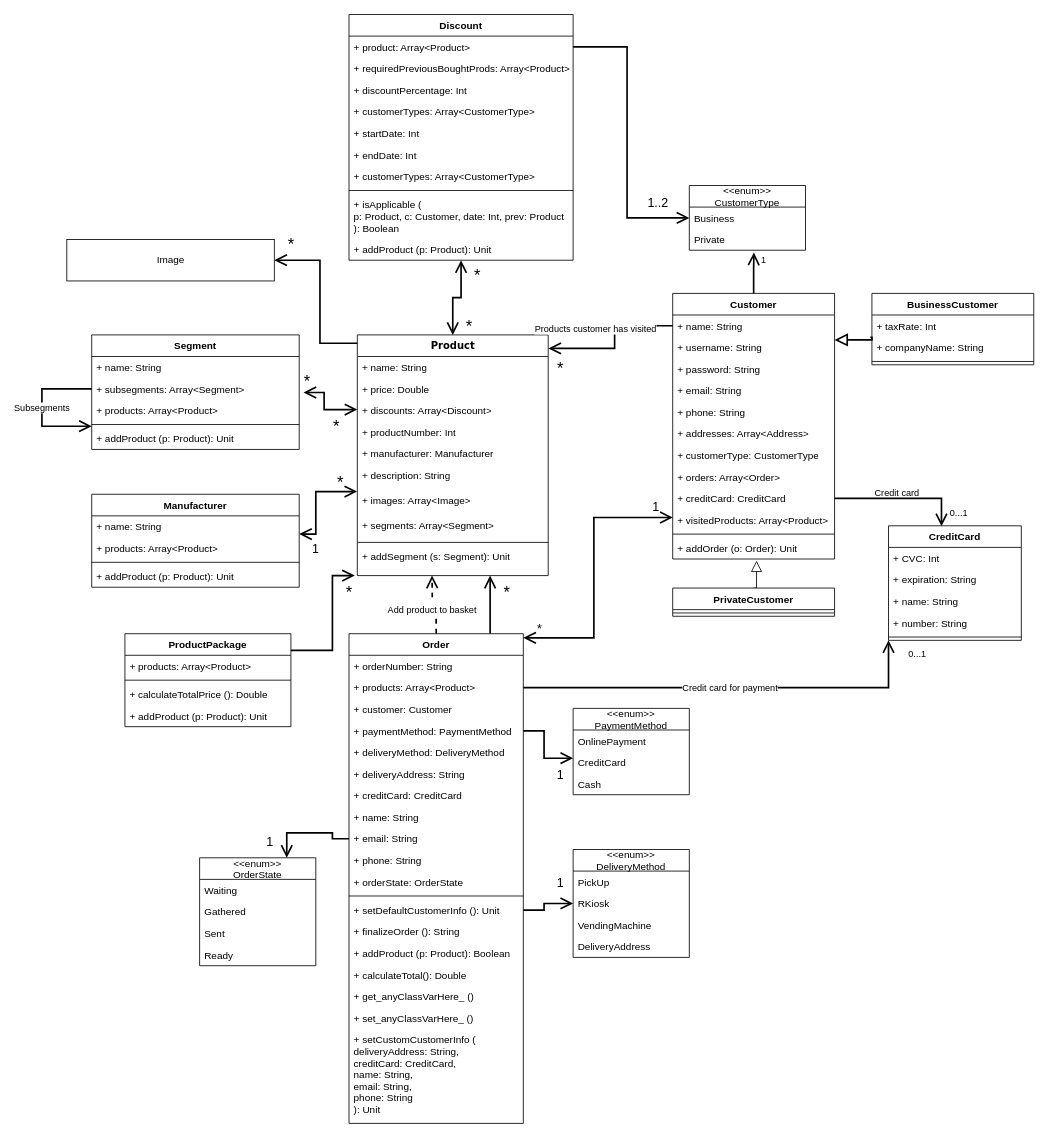
Earlier version of the draw.io diagram UMLFinal.drawio (olliglorioso/datasets). Source tidied: cells renumbered, new cells numbered last; positions are measured from the earlier drawing's top-left corner, leaving out a move shared by most shapes. Both pictures are drawn from the tidied source at 83%, with x=0, y=0 at pixel (42, 14).
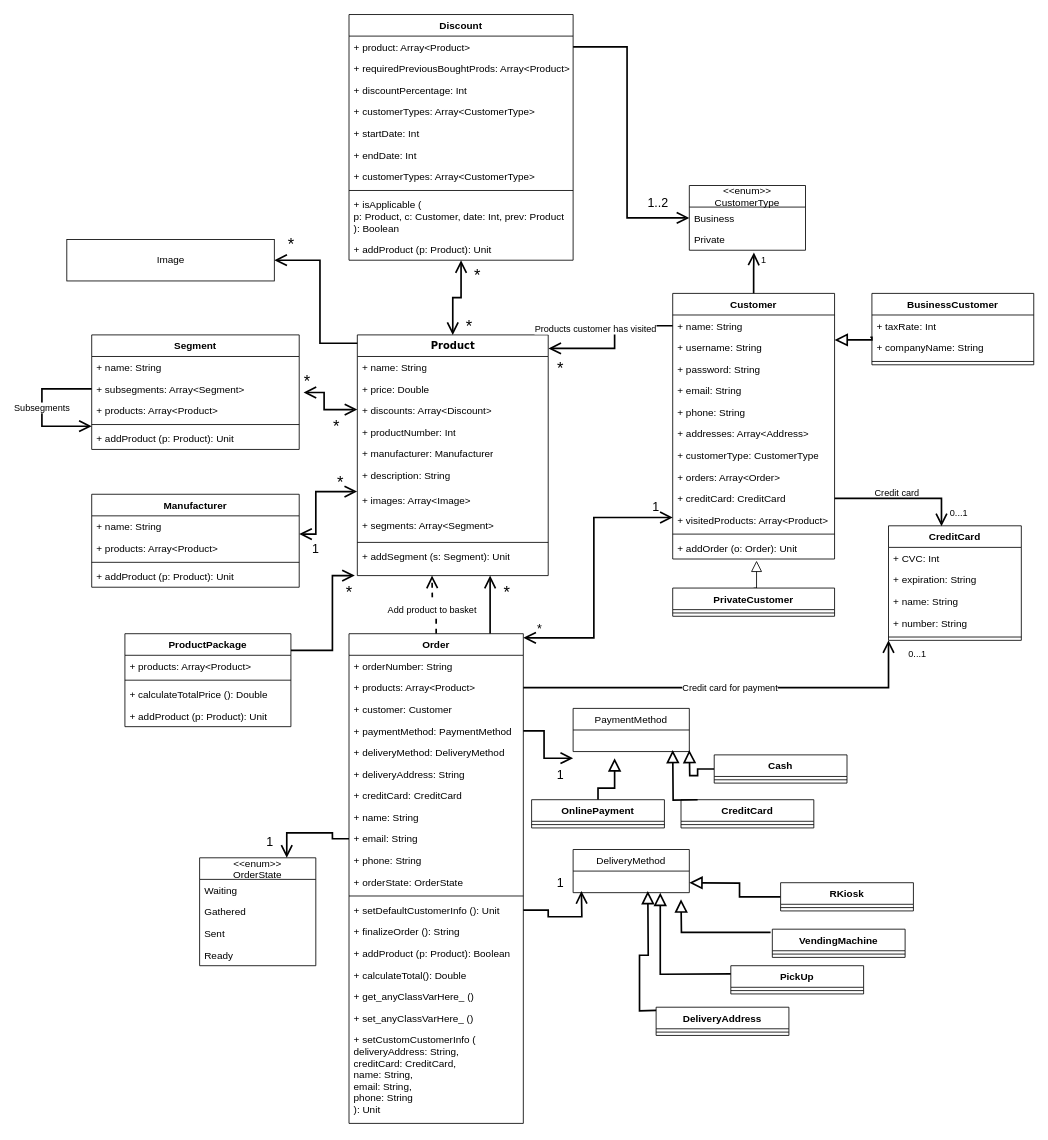
Above is the later version.

The change refers to these unchanged cells:
```xml
<mxCell id="29" value="+ setDefaultCustomerInfo (): Unit" style="text;strokeColor=none;fillColor=none;align=left;verticalAlign=top;spacingLeft=4;spacingRight=4;overflow=hidden;points=[[0,0.5],[1,0.5]];portConstraint=eastwest;" parent="16" vertex="1">
  <mxGeometry y="320" width="210" height="26" as="geometry" />
</mxCell>
```

Change to the diagram source:
```diff
@@
-    <mxCell id="94" value="&lt;&lt;enum&gt;&gt;&#10;PaymentMethod" style="swimlane;fontStyle=0;horizontal=1;startSize=26;fillColor=none;" parent="1" vertex="1">
-      <mxGeometry x="640" y="836" width="140" height="104" as="geometry" />
+    <mxCell id="94" value="PaymentMethod" style="swimlane;fontStyle=0;horizontal=1;startSize=26;fillColor=none;" parent="1" vertex="1">
+      <mxGeometry x="640" y="836" width="140" height="52" as="geometry" />
     </mxCell>
-    <mxCell id="95" value="OnlinePayment" style="text;strokeColor=none;fillColor=none;align=left;verticalAlign=top;spacingLeft=4;spacingRight=4;overflow=hidden;points=[[0,0.5],[1,0.5]];portConstraint=eastwest;" parent="94" vertex="1">
-      <mxGeometry y="26" width="140" height="26" as="geometry" />
-    </mxCell>
-    <mxCell id="96" value="CreditCard" style="text;strokeColor=none;fillColor=none;align=left;verticalAlign=top;spacingLeft=4;spacingRight=4;overflow=hidden;" parent="94" vertex="1">
-      <mxGeometry y="52" width="140" height="26" as="geometry" />
-    </mxCell>
-    <mxCell id="97" value="Cash" style="text;strokeColor=none;fillColor=none;align=left;verticalAlign=top;spacingLeft=4;spacingRight=4;overflow=hidden;points=[[0,0.5],[1,0.5]];portConstraint=eastwest;" parent="94" vertex="1">
-      <mxGeometry y="78" width="140" height="26" as="geometry" />
-    </mxCell>
@@
-    <mxCell id="100" value="&lt;&lt;enum&gt;&gt;&#10;DeliveryMethod" style="swimlane;fontStyle=0;horizontal=1;startSize=26;fillColor=none;" parent="1" vertex="1">
-      <mxGeometry x="640" y="1006" width="140" height="130" as="geometry" />
+    <mxCell id="100" value="DeliveryMethod" style="swimlane;fontStyle=0;horizontal=1;startSize=26;fillColor=none;" parent="1" vertex="1">
+      <mxGeometry x="640" y="1006" width="140" height="52" as="geometry" />
     </mxCell>
-    <mxCell id="101" value="PickUp" style="text;strokeColor=none;fillColor=none;align=left;verticalAlign=top;spacingLeft=4;spacingRight=4;overflow=hidden;" parent="100" vertex="1">
-      <mxGeometry y="26" width="140" height="26" as="geometry" />
-    </mxCell>
-    <mxCell id="102" value="RKiosk" style="text;strokeColor=none;fillColor=none;align=left;verticalAlign=top;spacingLeft=4;spacingRight=4;overflow=hidden;points=[[0,0.5],[1,0.5]];portConstraint=eastwest;" parent="100" vertex="1">
-      <mxGeometry y="52" width="140" height="26" as="geometry" />
-    </mxCell>
-    <mxCell id="103" value="VendingMachine" style="text;strokeColor=none;fillColor=none;align=left;verticalAlign=top;spacingLeft=4;spacingRight=4;overflow=hidden;points=[[0,0.5],[1,0.5]];portConstraint=eastwest;" parent="100" vertex="1">
-      <mxGeometry y="78" width="140" height="26" as="geometry" />
-    </mxCell>
-    <mxCell id="104" value="DeliveryAddress" style="text;strokeColor=none;fillColor=none;align=left;verticalAlign=top;spacingLeft=4;spacingRight=4;overflow=hidden;" parent="100" vertex="1">
-      <mxGeometry y="104" width="140" height="26" as="geometry" />
-    </mxCell>
-    <mxCell id="105" style="edgeStyle=orthogonalEdgeStyle;rounded=0;jettySize=auto;html=1;strokeWidth=2;endArrow=open;endFill=0;startSize=11;endSize=11;" parent="1" edge="1" source="29" target="100">
-      <mxGeometry relative="1" as="geometry" />
+    <mxCell id="105" style="edgeStyle=orthogonalEdgeStyle;rounded=0;jettySize=auto;html=1;strokeWidth=2;endArrow=open;endFill=0;startSize=11;endSize=11;" parent="1" edge="1" source="29">
+      <mxGeometry relative="1" as="geometry">
+        <mxPoint x="650" y="1056" as="targetPoint" />
+      </mxGeometry>
     </mxCell>
@@
+    <mxCell id="101" value="PickUp" style="swimlane;fontStyle=1;align=center;verticalAlign=top;horizontal=1;startSize=26;" parent="1" vertex="1">
+      <mxGeometry x="830" y="1146" width="160" height="34" as="geometry" />
+    </mxCell>
+    <mxCell id="138" style="line;strokeWidth=1;fillColor=none;align=left;verticalAlign=middle;spacingTop=-1;spacingLeft=3;spacingRight=3;labelPosition=right;strokeColor=inherit;" parent="101" vertex="1">
+      <mxGeometry y="26" width="160" height="8" as="geometry" />
+    </mxCell>
+    <mxCell id="139" style="edgeStyle=orthogonalEdgeStyle;rounded=0;jettySize=auto;html=1;strokeWidth=2;endArrow=block;endFill=0;endSize=11;" parent="1" edge="1" source="102">
+      <mxGeometry relative="1" as="geometry">
+        <mxPoint x="780" y="1046" as="targetPoint" />
+      </mxGeometry>
+    </mxCell>
+    <mxCell id="102" value="RKiosk" style="swimlane;fontStyle=1;align=center;verticalAlign=top;horizontal=1;startSize=26;" parent="1" vertex="1">
+      <mxGeometry x="890" y="1046" width="160" height="34" as="geometry" />
+    </mxCell>
+    <mxCell id="140" style="line;strokeWidth=1;fillColor=none;align=left;verticalAlign=middle;spacingTop=-1;spacingLeft=3;spacingRight=3;labelPosition=right;strokeColor=inherit;" parent="102" vertex="1">
+      <mxGeometry y="26" width="160" height="8" as="geometry" />
+    </mxCell>
+    <mxCell id="103" value="VendingMachine" style="swimlane;fontStyle=1;align=center;verticalAlign=top;horizontal=1;startSize=26;" parent="1" vertex="1">
+      <mxGeometry x="880" y="1102" width="160" height="34" as="geometry" />
+    </mxCell>
+    <mxCell id="141" style="line;strokeWidth=1;fillColor=none;align=left;verticalAlign=middle;spacingTop=-1;spacingLeft=3;spacingRight=3;labelPosition=right;strokeColor=inherit;" parent="103" vertex="1">
+      <mxGeometry y="26" width="160" height="8" as="geometry" />
+    </mxCell>
+    <mxCell id="104" value="DeliveryAddress" style="swimlane;fontStyle=1;align=center;verticalAlign=top;horizontal=1;startSize=26;" parent="1" vertex="1">
+      <mxGeometry x="740" y="1196" width="160" height="34" as="geometry" />
+    </mxCell>
+    <mxCell id="142" style="line;strokeWidth=1;fillColor=none;align=left;verticalAlign=middle;spacingTop=-1;spacingLeft=3;spacingRight=3;labelPosition=right;strokeColor=inherit;" parent="104" vertex="1">
+      <mxGeometry y="26" width="160" height="8" as="geometry" />
+    </mxCell>
+    <mxCell id="143" style="edgeStyle=orthogonalEdgeStyle;rounded=0;jettySize=auto;html=1;strokeWidth=2;endArrow=block;endFill=0;exitX=-0.013;exitY=0.113;exitDx=0;exitDy=0;exitPerimeter=0;endSize=11;" parent="1" edge="1" source="103">
+      <mxGeometry relative="1" as="geometry">
+        <mxPoint x="770" y="1066" as="targetPoint" />
+      </mxGeometry>
+    </mxCell>
+    <mxCell id="144" style="edgeStyle=orthogonalEdgeStyle;rounded=0;jettySize=auto;html=1;strokeWidth=2;endArrow=block;endFill=0;exitX=-0.013;exitY=0.113;exitDx=0;exitDy=0;exitPerimeter=0;entryX=0.75;entryY=1;entryDx=0;entryDy=0;endSize=11;" parent="1" edge="1" target="100">
+      <mxGeometry relative="1" as="geometry">
+        <mxPoint x="830" y="1155.8" as="sourcePoint" />
+      </mxGeometry>
+    </mxCell>
+    <mxCell id="145" style="edgeStyle=orthogonalEdgeStyle;rounded=0;orthogonalLoop=1;jettySize=auto;html=1;strokeWidth=2;endArrow=block;endFill=0;exitX=-0.013;exitY=0.113;exitDx=0;exitDy=0;exitPerimeter=0;endSize=11;" parent="1" edge="1">
+      <mxGeometry relative="1" as="geometry">
+        <mxPoint x="740" y="1199.8" as="sourcePoint" />
+        <mxPoint x="730" y="1056" as="targetPoint" />
+      </mxGeometry>
+    </mxCell>
+    <mxCell id="146" style="edgeStyle=orthogonalEdgeStyle;rounded=0;jettySize=auto;html=1;strokeWidth=2;endArrow=block;endFill=0;endSize=11;" parent="1" edge="1" source="95">
+      <mxGeometry relative="1" as="geometry">
+        <mxPoint x="690" y="896" as="targetPoint" />
+        <Array as="points">
+          <mxPoint x="670" y="932" />
+          <mxPoint x="690" y="932" />
+          <mxPoint x="690" y="918" />
+        </Array>
+      </mxGeometry>
+    </mxCell>
+    <mxCell id="95" value="OnlinePayment" style="swimlane;fontStyle=1;align=center;verticalAlign=top;horizontal=1;startSize=26;" parent="1" vertex="1">
+      <mxGeometry x="590" y="946" width="160" height="34" as="geometry" />
+    </mxCell>
+    <mxCell id="147" style="line;strokeWidth=1;fillColor=none;align=left;verticalAlign=middle;spacingTop=-1;spacingLeft=3;spacingRight=3;labelPosition=right;strokeColor=inherit;" parent="95" vertex="1">
+      <mxGeometry y="26" width="160" height="8" as="geometry" />
+    </mxCell>
+    <mxCell id="148" style="edgeStyle=orthogonalEdgeStyle;rounded=0;jettySize=auto;html=1;strokeWidth=2;endArrow=block;endFill=0;endSize=11;startSize=11;" parent="1" edge="1" source="97">
+      <mxGeometry relative="1" as="geometry">
+        <mxPoint x="780" y="886" as="targetPoint" />
+      </mxGeometry>
+    </mxCell>
+    <mxCell id="97" value="Cash" style="swimlane;fontStyle=1;align=center;verticalAlign=top;horizontal=1;startSize=26;" parent="1" vertex="1">
+      <mxGeometry x="810" y="892" width="160" height="34" as="geometry" />
+    </mxCell>
+    <mxCell id="149" style="line;strokeWidth=1;fillColor=none;align=left;verticalAlign=middle;spacingTop=-1;spacingLeft=3;spacingRight=3;labelPosition=right;strokeColor=inherit;" parent="97" vertex="1">
+      <mxGeometry y="26" width="160" height="8" as="geometry" />
+    </mxCell>
+    <mxCell id="96" value="CreditCard" style="swimlane;fontStyle=1;align=center;verticalAlign=top;horizontal=1;startSize=26;" parent="1" vertex="1">
+      <mxGeometry x="770" y="946" width="160" height="34" as="geometry" />
+    </mxCell>
+    <mxCell id="150" style="line;strokeWidth=1;fillColor=none;align=left;verticalAlign=middle;spacingTop=-1;spacingLeft=3;spacingRight=3;labelPosition=right;strokeColor=inherit;" parent="96" vertex="1">
+      <mxGeometry y="26" width="160" height="8" as="geometry" />
+    </mxCell>
+    <mxCell id="151" style="edgeStyle=orthogonalEdgeStyle;rounded=0;orthogonalLoop=1;jettySize=auto;html=1;strokeWidth=2;endArrow=block;endFill=0;endSize=11;startSize=11;" parent="1" edge="1">
+      <mxGeometry relative="1" as="geometry">
+        <mxPoint x="790" y="946" as="sourcePoint" />
+        <mxPoint x="760" y="886" as="targetPoint" />
+      </mxGeometry>
+    </mxCell>
```
